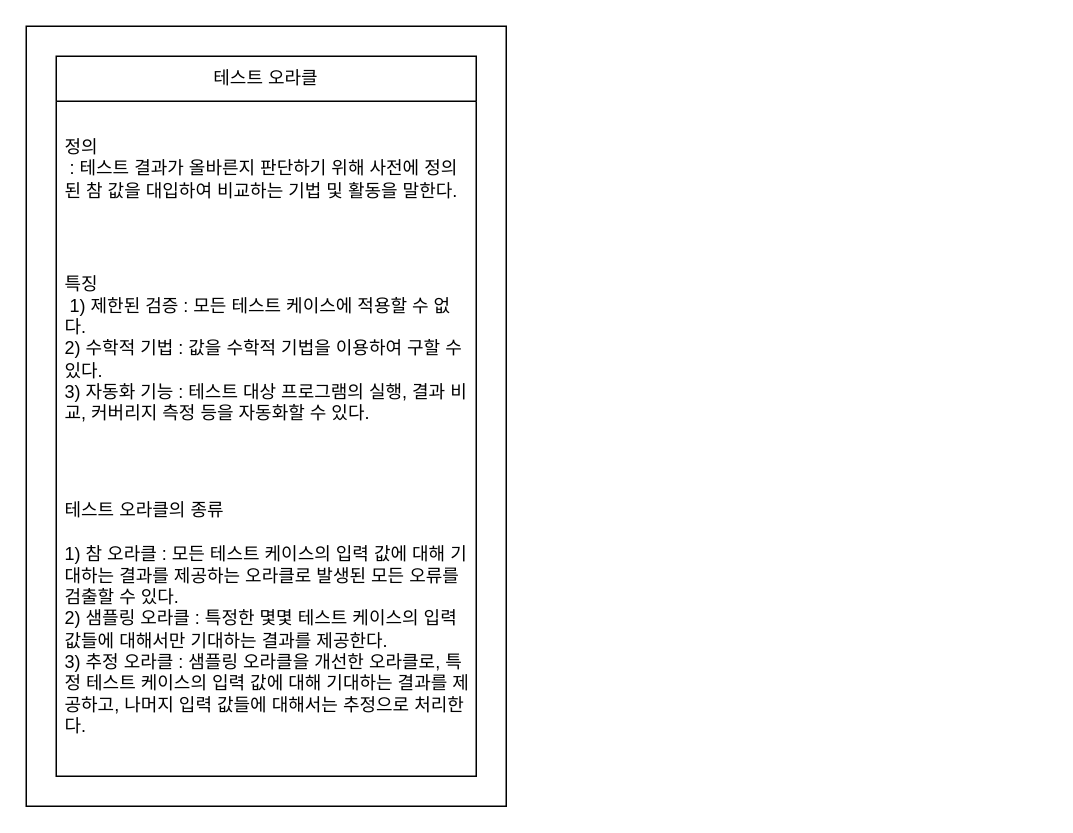
The draw.io diagram img/7-8_test6.drawio in Dana-Moon/0516, before the edit. Source tidied: cells renumbered, new cells numbered last; positions are measured from the earlier drawing's top-left corner, leaving out a move shared by most shapes. Both pictures are drawn from the tidied source at 150%, with x=0, y=0 at pixel (26, 26).
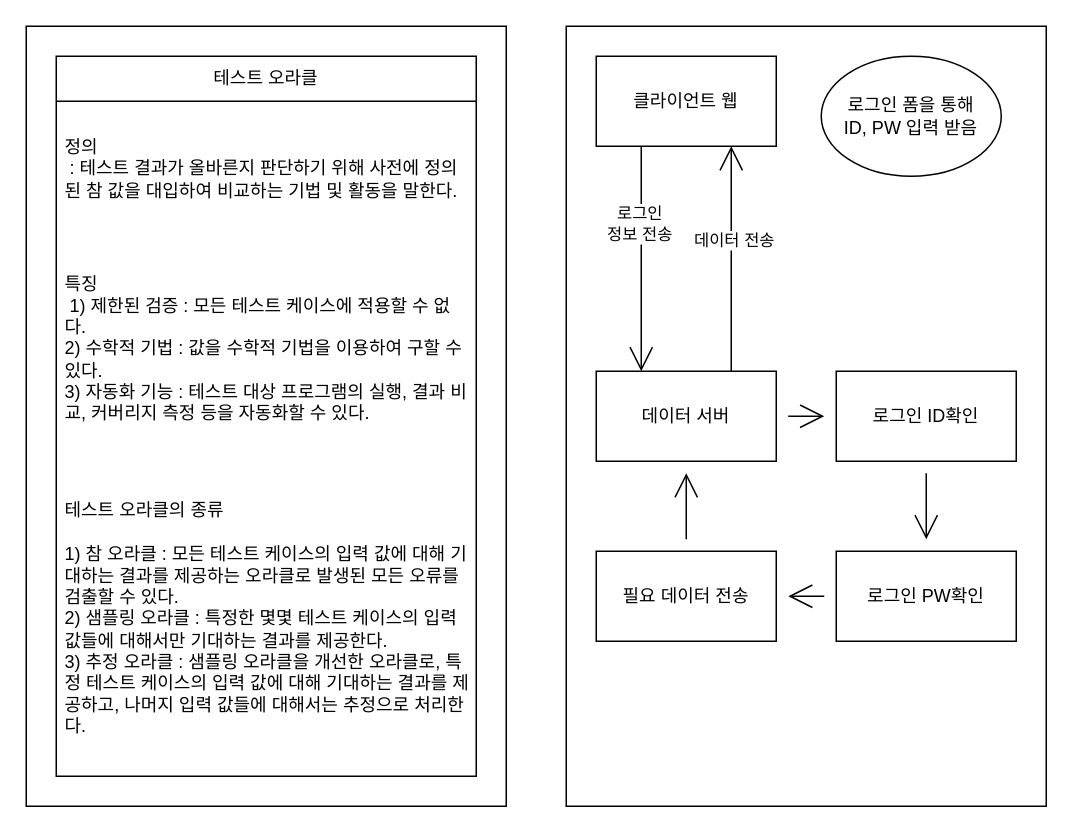
After the change.

Diff of the diagram source:
```diff
@@
+    <mxCell id="7" style="rounded=0;whiteSpace=wrap;html=1;hachureGap=4;" parent="1" vertex="1">
+      <mxGeometry x="360" width="320" height="520" as="geometry" />
+    </mxCell>
+    <mxCell id="8" style="edgeStyle=none;curved=1;rounded=0;jettySize=auto;html=1;entryX=0.25;entryY=0;entryDx=0;entryDy=0;endArrow=open;startSize=14;endSize=14;sourcePerimeterSpacing=8;targetPerimeterSpacing=8;exitX=0.25;exitY=1;exitDx=0;exitDy=0;" parent="1" edge="1" source="10" target="14">
+      <mxGeometry relative="1" as="geometry" />
+    </mxCell>
+    <mxCell id="9" value="로그인&lt;br&gt;정보 전송" style="edgeLabel;html=1;align=center;verticalAlign=middle;" parent="8" vertex="1">
+      <mxGeometry x="-0.32" y="-2" relative="1" as="geometry" />
+    </mxCell>
+    <mxCell id="10" value="클라이언트 웹" style="rounded=0;whiteSpace=wrap;html=1;hachureGap=4;" parent="1" vertex="1">
+      <mxGeometry x="380" y="20" width="120" height="60" as="geometry" />
+    </mxCell>
+    <mxCell id="11" style="edgeStyle=none;curved=1;rounded=0;jettySize=auto;html=1;exitX=0.75;exitY=0;exitDx=0;exitDy=0;entryX=0.75;entryY=1;entryDx=0;entryDy=0;endArrow=open;startSize=14;endSize=14;sourcePerimeterSpacing=8;targetPerimeterSpacing=8;" parent="1" edge="1" source="14" target="10">
+      <mxGeometry relative="1" as="geometry" />
+    </mxCell>
+    <mxCell id="12" value="데이터 전송" style="edgeLabel;html=1;align=center;verticalAlign=middle;" parent="11" vertex="1">
+      <mxGeometry x="0.17" y="-1" relative="1" as="geometry" />
+    </mxCell>
+    <mxCell id="13" style="edgeStyle=none;curved=1;rounded=0;jettySize=auto;html=1;endArrow=open;startSize=14;endSize=14;sourcePerimeterSpacing=8;targetPerimeterSpacing=8;" parent="1" edge="1" source="14" target="16">
+      <mxGeometry relative="1" as="geometry" />
+    </mxCell>
+    <mxCell id="14" value="데이터 서버" style="rounded=0;whiteSpace=wrap;html=1;hachureGap=4;" parent="1" vertex="1">
+      <mxGeometry x="380" y="230" width="120" height="60" as="geometry" />
+    </mxCell>
+    <mxCell id="15" style="edgeStyle=none;curved=1;rounded=0;jettySize=auto;html=1;endArrow=open;startSize=14;endSize=14;sourcePerimeterSpacing=8;targetPerimeterSpacing=8;" parent="1" edge="1" source="16" target="18">
+      <mxGeometry relative="1" as="geometry" />
+    </mxCell>
+    <mxCell id="16" value="로그인 ID확인" style="rounded=0;whiteSpace=wrap;html=1;hachureGap=4;" parent="1" vertex="1">
+      <mxGeometry x="540" y="230" width="120" height="60" as="geometry" />
+    </mxCell>
+    <mxCell id="17" style="edgeStyle=none;curved=1;rounded=0;jettySize=auto;html=1;endArrow=open;startSize=14;endSize=14;sourcePerimeterSpacing=8;targetPerimeterSpacing=8;" parent="1" edge="1" source="18" target="20">
+      <mxGeometry relative="1" as="geometry" />
+    </mxCell>
+    <mxCell id="18" value="로그인 PW확인" style="rounded=0;whiteSpace=wrap;html=1;hachureGap=4;" parent="1" vertex="1">
+      <mxGeometry x="540" y="350" width="120" height="60" as="geometry" />
+    </mxCell>
+    <mxCell id="19" style="edgeStyle=none;curved=1;rounded=0;jettySize=auto;html=1;endArrow=open;startSize=14;endSize=14;sourcePerimeterSpacing=8;targetPerimeterSpacing=8;" parent="1" edge="1" source="20" target="14">
+      <mxGeometry relative="1" as="geometry" />
+    </mxCell>
+    <mxCell id="20" value="필요 데이터 전송" style="rounded=0;whiteSpace=wrap;html=1;hachureGap=4;" parent="1" vertex="1">
+      <mxGeometry x="380" y="350" width="120" height="60" as="geometry" />
+    </mxCell>
+    <mxCell id="21" value="로그인 폼을 통해&lt;br&gt;ID, PW 입력 받음" style="ellipse;whiteSpace=wrap;html=1;hachureGap=4;" parent="1" vertex="1">
+      <mxGeometry x="530" y="20" width="120" height="80" as="geometry" />
+    </mxCell>
```
